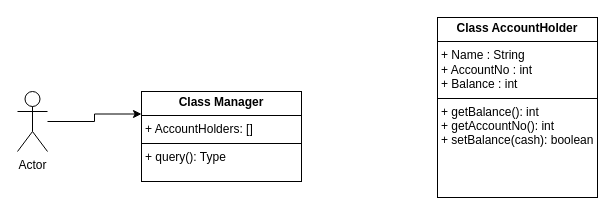
Above: Untitled Diagram.drawio in sahil-verma-9696/Share (draw.io), before the change. Source tidied: cells renumbered, new cells numbered last; positions are measured from the earlier drawing's top-left corner, leaving out a move shared by most shapes. Both pictures are drawn from the tidied source at 100%, with x=0, y=0 at pixel (17, 17).
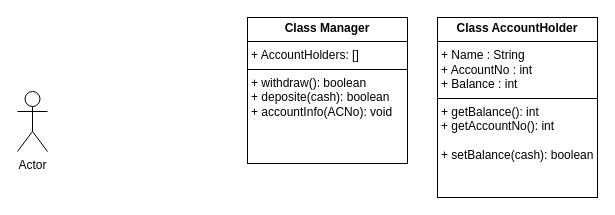
Above is the later version.

What changed in the source:
```diff
@@
 <mxGraphModel>
   <root>
     <mxCell id="0" />
     <mxCell id="1" parent="0" />
-    <mxCell id="2" style="edgeStyle=orthogonalEdgeStyle;rounded=0;jettySize=auto;html=1;entryX=0;entryY=0.25;entryDx=0;entryDy=0;" parent="1" edge="1" source="3" target="5">
-      <mxGeometry relative="1" as="geometry" />
-    </mxCell>
     <mxCell id="3" value="Actor" style="shape=umlActor;verticalLabelPosition=bottom;verticalAlign=top;html=1;outlineConnect=0;" parent="1" vertex="1">
       <mxGeometry y="74" width="30" height="60" as="geometry" />
     </mxCell>
-    <mxCell id="4" value="&lt;p style=&quot;margin:0px;margin-top:4px;text-align:center;&quot;&gt;&lt;b&gt;Class AccountHolder&lt;/b&gt;&lt;/p&gt;&lt;hr size=&quot;1&quot; style=&quot;border-style:solid;&quot;&gt;&lt;p style=&quot;margin:0px;margin-left:4px;&quot;&gt;+ Name : String&lt;/p&gt;&lt;p style=&quot;margin:0px;margin-left:4px;&quot;&gt;+ AccountNo : int&lt;/p&gt;&lt;p style=&quot;margin:0px;margin-left:4px;&quot;&gt;+ Balance : int&lt;/p&gt;&lt;hr size=&quot;1&quot; style=&quot;border-style:solid;&quot;&gt;&lt;p style=&quot;margin:0px;margin-left:4px;&quot;&gt;+ getBalance(): int&lt;/p&gt;&lt;p style=&quot;margin:0px;margin-left:4px;&quot;&gt;+ getAccountNo(): int&lt;/p&gt;&lt;p style=&quot;margin:0px;margin-left:4px;&quot;&gt;+ setBalance(cash): boolean&lt;/p&gt;" style="verticalAlign=top;align=left;overflow=fill;html=1;whiteSpace=wrap;" parent="1" vertex="1">
+    <mxCell id="4" value="&lt;p style=&quot;margin:0px;margin-top:4px;text-align:center;&quot;&gt;&lt;b&gt;Class AccountHolder&lt;/b&gt;&lt;/p&gt;&lt;hr size=&quot;1&quot; style=&quot;border-style:solid;&quot;&gt;&lt;p style=&quot;margin:0px;margin-left:4px;&quot;&gt;+ Name : String&lt;/p&gt;&lt;p style=&quot;margin:0px;margin-left:4px;&quot;&gt;+ AccountNo : int&lt;/p&gt;&lt;p style=&quot;margin:0px;margin-left:4px;&quot;&gt;+ Balance : int&lt;/p&gt;&lt;hr size=&quot;1&quot; style=&quot;border-style:solid;&quot;&gt;&lt;p style=&quot;margin:0px;margin-left:4px;&quot;&gt;+ getBalance(): int&lt;/p&gt;&lt;p style=&quot;margin:0px;margin-left:4px;&quot;&gt;+ getAccountNo(): int&lt;/p&gt;&lt;p style=&quot;margin:0px;margin-left:4px;&quot;&gt;&lt;br&gt;&lt;/p&gt;&lt;p style=&quot;margin:0px;margin-left:4px;&quot;&gt;+ setBalance(cash): boolean&lt;/p&gt;" style="verticalAlign=top;align=left;overflow=fill;html=1;whiteSpace=wrap;" parent="1" vertex="1">
       <mxGeometry x="420" width="160" height="180" as="geometry" />
     </mxCell>
-    <mxCell id="5" value="&lt;p style=&quot;margin:0px;margin-top:4px;text-align:center;&quot;&gt;&lt;b&gt;Class Manager&lt;/b&gt;&lt;/p&gt;&lt;hr size=&quot;1&quot; style=&quot;border-style:solid;&quot;&gt;&lt;p style=&quot;margin:0px;margin-left:4px;&quot;&gt;+ AccountHolders: []&lt;/p&gt;&lt;hr size=&quot;1&quot; style=&quot;border-style:solid;&quot;&gt;&lt;p style=&quot;margin:0px;margin-left:4px;&quot;&gt;+ query(): Type&lt;/p&gt;" style="verticalAlign=top;align=left;overflow=fill;html=1;whiteSpace=wrap;" parent="1" vertex="1">
-      <mxGeometry x="124" y="74" width="160" height="90" as="geometry" />
+    <mxCell id="5" value="&lt;p style=&quot;margin:0px;margin-top:4px;text-align:center;&quot;&gt;&lt;b&gt;Class Manager&lt;/b&gt;&lt;/p&gt;&lt;hr size=&quot;1&quot; style=&quot;border-style:solid;&quot;&gt;&lt;p style=&quot;margin:0px;margin-left:4px;&quot;&gt;+ AccountHolders: []&lt;/p&gt;&lt;hr size=&quot;1&quot; style=&quot;border-style:solid;&quot;&gt;&lt;p style=&quot;margin:0px;margin-left:4px;&quot;&gt;+ withdraw(): boolean&lt;/p&gt;&lt;p style=&quot;margin:0px;margin-left:4px;&quot;&gt;+ deposite(cash): boolean&lt;/p&gt;&lt;p style=&quot;margin:0px;margin-left:4px;&quot;&gt;+ accountInfo(ACNo): void&lt;/p&gt;" style="verticalAlign=top;align=left;overflow=fill;html=1;whiteSpace=wrap;" parent="1" vertex="1">
+      <mxGeometry x="230" width="160" height="146" as="geometry" />
     </mxCell>
   </root>
 </mxGraphModel>
```
